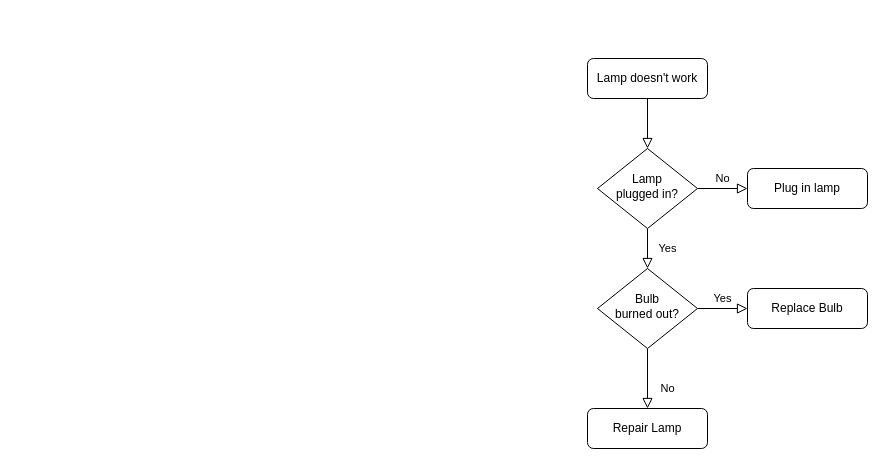
Earlier version of the draw.io diagram Untitled Diagram.drawio (Danster3/AutoPaperWork). Source tidied: cells renumbered, new cells numbered last; positions are measured from the earlier drawing's top-left corner, leaving out a move shared by most shapes. Both pictures are drawn from the tidied source at 100%, with x=0, y=0 at pixel (587, 58).
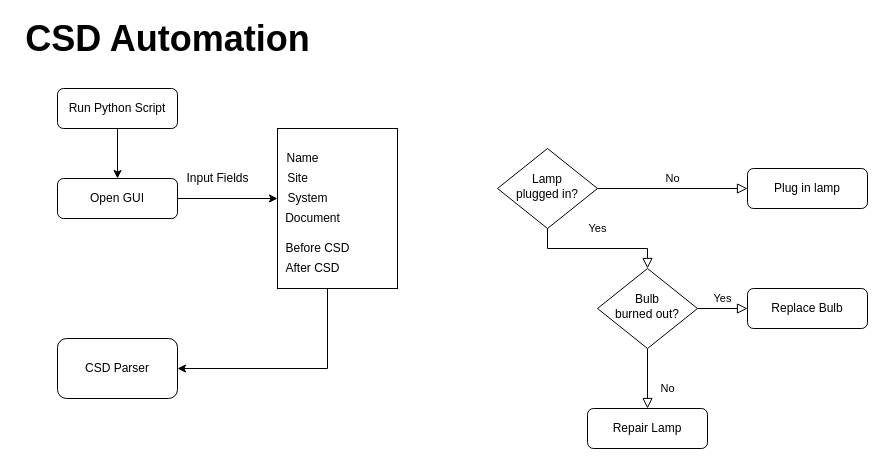
The same diagram, later.

The edit, as a diff of the source:
```diff
@@
-    <mxCell id="2" style="rounded=0;html=1;jettySize=auto;fontSize=11;endArrow=block;endFill=0;endSize=8;strokeWidth=1;shadow=0;labelBackgroundColor=none;edgeStyle=orthogonalEdgeStyle;" parent="1" edge="1" source="3" target="6">
-      <mxGeometry relative="1" as="geometry" />
-    </mxCell>
+    <mxCell id="13" style="edgeStyle=orthogonalEdgeStyle;rounded=0;jettySize=auto;html=1;" parent="1" edge="1" source="3" target="16">
+      <mxGeometry relative="1" as="geometry" />
+    </mxCell>
-    <mxCell id="3" value="Lamp doesn't work" style="rounded=1;whiteSpace=wrap;html=1;fontSize=12;glass=0;strokeWidth=1;shadow=0;" parent="1" vertex="1">
-      <mxGeometry width="120" height="40" as="geometry" />
+    <mxCell id="3" value="Run Python Script" style="rounded=1;whiteSpace=wrap;html=1;fontSize=12;glass=0;strokeWidth=1;shadow=0;" parent="1" vertex="1">
+      <mxGeometry x="-530" y="30" width="120" height="40" as="geometry" />
     </mxCell>
@@
     <mxCell id="6" value="Lamp&lt;br&gt;plugged in?" style="rhombus;whiteSpace=wrap;html=1;shadow=0;fontFamily=Helvetica;fontSize=12;align=center;strokeWidth=1;spacing=6;spacingTop=-4;" parent="1" vertex="1">
-      <mxGeometry x="10" y="90" width="100" height="80" as="geometry" />
+      <mxGeometry x="-90" y="90" width="100" height="80" as="geometry" />
     </mxCell>
@@
+    <mxCell id="14" value="&lt;font style=&quot;font-size: 36px&quot;&gt;&lt;b&gt;CSD Automation&lt;/b&gt;&lt;/font&gt;&lt;br&gt;" style="text;html=1;align=center;verticalAlign=middle;strokeColor=none;" parent="1" vertex="1">
+      <mxGeometry x="-570" y="-35" width="300" height="30" as="geometry" />
+    </mxCell>
+    <mxCell id="15" style="edgeStyle=orthogonalEdgeStyle;rounded=0;jettySize=auto;html=1;" parent="1" edge="1" source="16" target="21">
+      <mxGeometry relative="1" as="geometry" />
+    </mxCell>
+    <mxCell id="16" value="Open GUI" style="rounded=1;whiteSpace=wrap;html=1;fontSize=12;glass=0;strokeWidth=1;shadow=0;" parent="1" vertex="1">
+      <mxGeometry x="-530" y="120" width="120" height="40" as="geometry" />
+    </mxCell>
+    <mxCell id="17" style="edgeStyle=orthogonalEdgeStyle;rounded=0;jettySize=auto;html=1;" parent="1" edge="1" source="18" target="26">
+      <mxGeometry relative="1" as="geometry">
+        <Array as="points">
+          <mxPoint x="-260" y="310" />
+        </Array>
+      </mxGeometry>
+    </mxCell>
+    <mxCell id="18" style="rounded=0;whiteSpace=wrap;html=1;" parent="1" vertex="1">
+      <mxGeometry x="-310" y="70" width="120" height="160" as="geometry" />
+    </mxCell>
+    <mxCell id="19" value="Name" style="text;html=1;align=center;verticalAlign=middle;strokeColor=none;" parent="1" vertex="1">
+      <mxGeometry x="-310" y="90" width="50" height="20" as="geometry" />
+    </mxCell>
+    <mxCell id="20" value="Site" style="text;html=1;align=center;verticalAlign=middle;strokeColor=none;" parent="1" vertex="1">
+      <mxGeometry x="-310" y="110" width="40" height="20" as="geometry" />
+    </mxCell>
+    <mxCell id="21" value="System" style="text;html=1;align=center;verticalAlign=middle;points=[];strokeColor=none;" parent="1" vertex="1">
+      <mxGeometry x="-310" y="130" width="60" height="20" as="geometry" />
+    </mxCell>
+    <mxCell id="22" value="Document" style="text;html=1;align=center;verticalAlign=middle;strokeColor=none;" parent="1" vertex="1">
+      <mxGeometry x="-310" y="150" width="70" height="20" as="geometry" />
+    </mxCell>
+    <mxCell id="23" value="Before CSD" style="text;html=1;align=center;verticalAlign=middle;strokeColor=none;" parent="1" vertex="1">
+      <mxGeometry x="-310" y="180" width="80" height="20" as="geometry" />
+    </mxCell>
+    <mxCell id="24" value="After CSD" style="text;html=1;align=center;verticalAlign=middle;strokeColor=none;" parent="1" vertex="1">
+      <mxGeometry x="-310" y="200" width="70" height="20" as="geometry" />
+    </mxCell>
+    <mxCell id="25" value="Input Fields" style="text;html=1;align=center;verticalAlign=middle;strokeColor=none;" parent="1" vertex="1">
+      <mxGeometry x="-410" y="110" width="80" height="20" as="geometry" />
+    </mxCell>
+    <mxCell id="26" value="CSD Parser" style="rounded=1;whiteSpace=wrap;html=1;" parent="1" vertex="1">
+      <mxGeometry x="-530" y="280" width="120" height="60" as="geometry" />
+    </mxCell>
```
